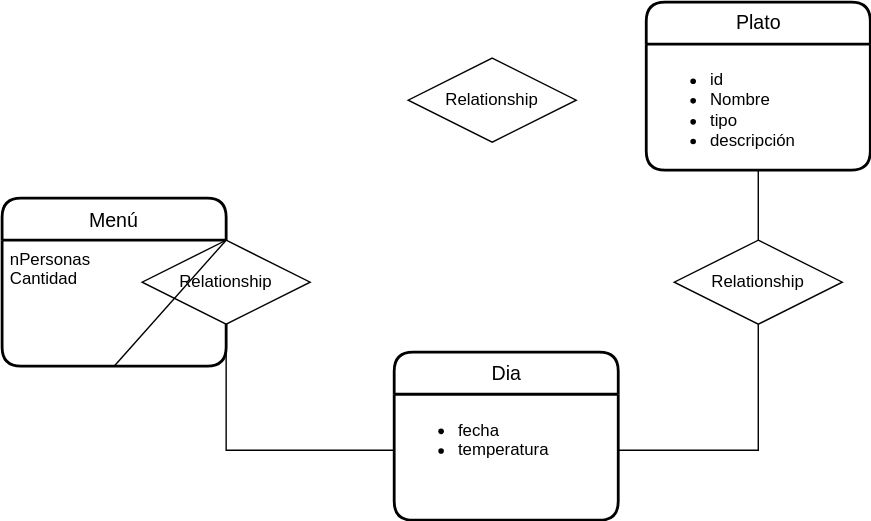
Earlier version of the draw.io export UD12-15.svg (Jimxx22/C3-UD11-UML). Source tidied: cells renumbered, new cells last; positions are measured from the earlier drawing's top-left corner, leaving out a move shared by most shapes.
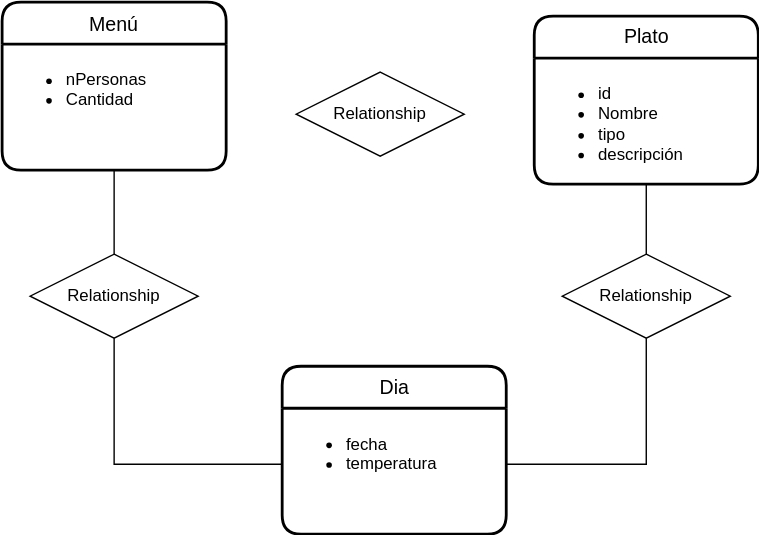
Later version of the same file.

Diff of the diagram source:
```diff
@@ -9,9 +9,9 @@
       <mxGeometry y="30" width="160" height="90" as="geometry" />
     </mxCell>
     <mxCell id="4" value="Menú" style="swimlane;horizontal=1;startSize=30;rounded=1;fontSize=14;fontStyle=0;strokeWidth=2;shadow=0;dashed=0;align=center;" parent="1" vertex="1">
-      <mxGeometry y="140" width="160" height="120" as="geometry" />
+      <mxGeometry x="80" y="-10" width="160" height="120" as="geometry" />
     </mxCell>
-    <mxCell id="5" value="nPersonas&#10;Cantidad&#10;&#10;" style="align=left;strokeColor=none;fillColor=none;spacingLeft=4;fontSize=12;verticalAlign=top;" parent="4" vertex="1">
+    <mxCell id="5" value="&lt;ul&gt;&lt;li&gt;nPersonas&lt;/li&gt;&lt;li&gt;Cantidad&lt;/li&gt;&lt;/ul&gt;" style="align=left;strokeColor=none;fillColor=none;spacingLeft=4;fontSize=12;verticalAlign=top;html=1;" parent="4" vertex="1">
       <mxGeometry y="30" width="160" height="90" as="geometry" />
     </mxCell>
     <mxCell id="6" value="Dia" style="swimlane;horizontal=1;startSize=30;rounded=1;fontSize=14;fontStyle=0;strokeWidth=2;shadow=0;dashed=0;align=center;labelBackgroundColor=none;html=1;" parent="1" vertex="1">
```
